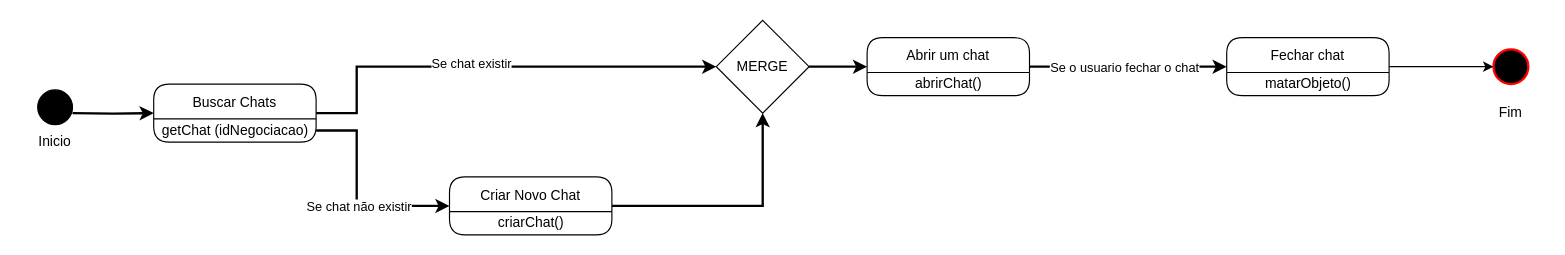
Earlier version of the draw.io diagram page "Chat" (4 of 6) of Estados/Draw/Diagramas.drawio (unifgabsantos/Mecanico). Source tidied: cells renumbered, new cells numbered last; positions are measured from the earlier drawing's top-left corner, leaving out a move shared by most shapes. Both pictures are drawn from the tidied source at 116%, with x=0, y=0 at pixel (20, 20).
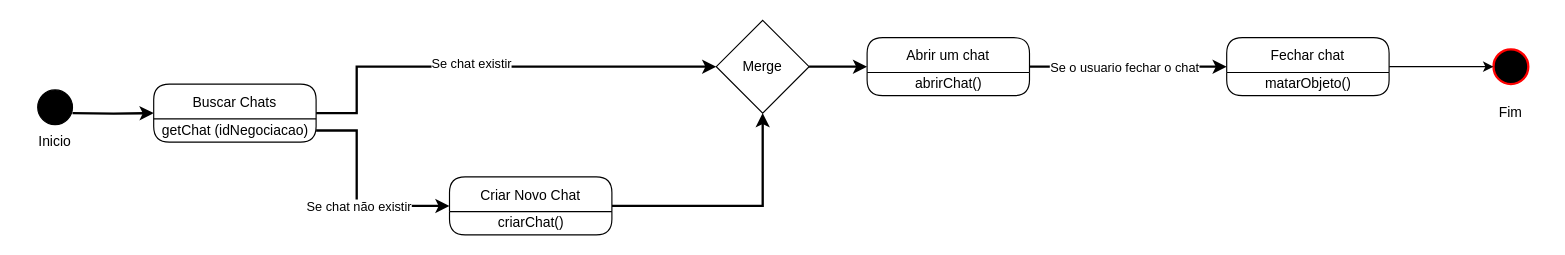
The same page after the edit.

Diff of the diagram source:
```diff
@@
-    <mxCell id="18" value="MERGE" style="rhombus;whiteSpace=wrap;html=1;" parent="1" vertex="1">
+    <mxCell id="18" value="Merge" style="rhombus;whiteSpace=wrap;html=1;" parent="1" vertex="1">
       <mxGeometry x="600" width="80" height="80" as="geometry" />
     </mxCell>
```
